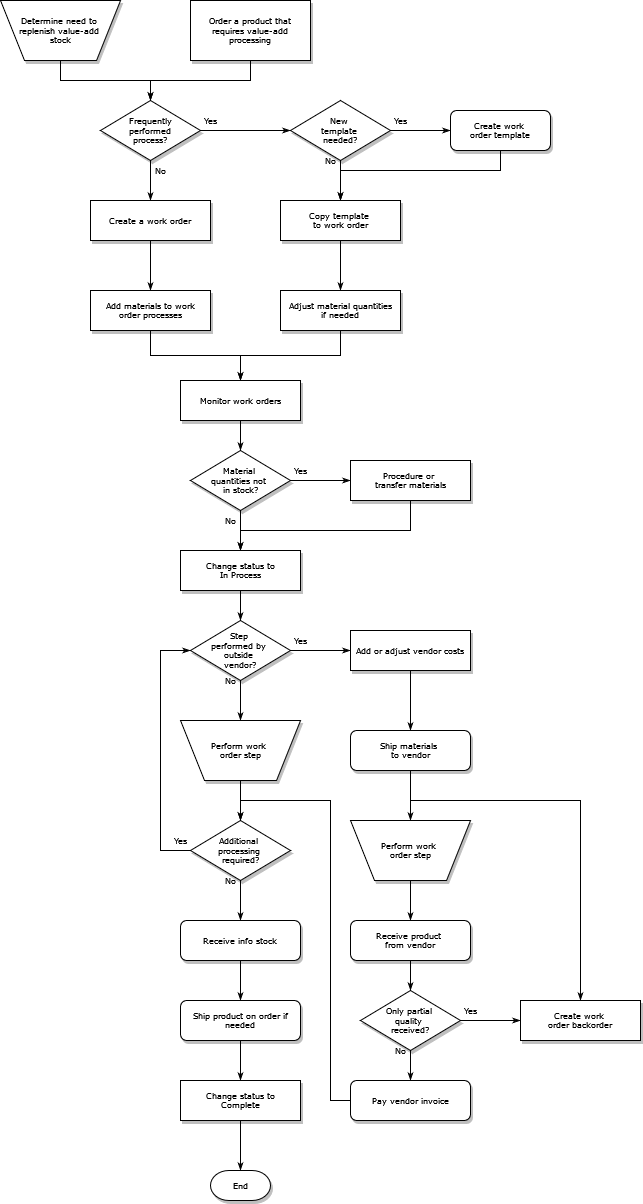
Before: userside flowchart.drawio.png, a diagram exported from draw.io (KCodin/draw.io). Source tidied: cells renumbered, new cells last; positions are measured from the earlier drawing's top-left corner, leaving out a move shared by most shapes.
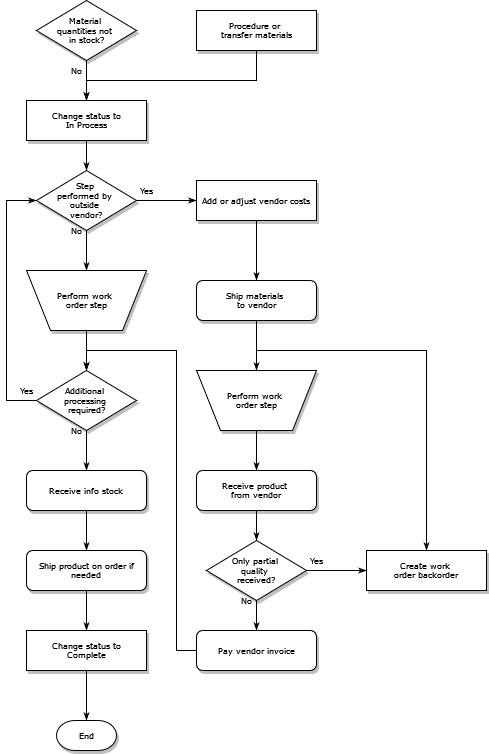
Later version of the same file.

Diff of the diagram source:
```diff
@@ -2,80 +2,6 @@
   <root>
     <mxCell id="0" />
     <mxCell id="1" parent="0" />
-    <mxCell id="2" style="edgeStyle=orthogonalEdgeStyle;rounded=0;html=1;labelBackgroundColor=none;startSize=5;endArrow=classicThin;endFill=1;endSize=5;jettySize=auto;strokeWidth=1;fontFamily=Verdana;fontSize=8;" parent="1" edge="1" source="3" target="8">
-      <mxGeometry relative="1" as="geometry" />
-    </mxCell>
-    <mxCell id="3" value="Determine need to&amp;nbsp;&lt;div&gt;replenish value-add&amp;nbsp;&lt;/div&gt;&lt;div&gt;stock&lt;/div&gt;" style="shape=trapezoid;whiteSpace=wrap;html=1;rounded=0;shadow=1;labelBackgroundColor=none;strokeWidth=1;fontFamily=Verdana;fontSize=8;align=center;flipV=1;" parent="1" vertex="1">
-      <mxGeometry width="120" height="60" as="geometry" />
-    </mxCell>
-    <mxCell id="4" style="edgeStyle=orthogonalEdgeStyle;rounded=0;html=1;labelBackgroundColor=none;startSize=5;endArrow=classicThin;endFill=1;endSize=5;jettySize=auto;strokeWidth=1;fontFamily=Verdana;fontSize=8;" parent="1" edge="1" source="5" target="8">
-      <mxGeometry relative="1" as="geometry" />
-    </mxCell>
-    <mxCell id="5" value="Order a product that&lt;div&gt;requires value-add processing&lt;/div&gt;" style="rounded=0;whiteSpace=wrap;html=1;shadow=1;labelBackgroundColor=none;strokeWidth=1;fontFamily=Verdana;fontSize=8;align=center;" parent="1" vertex="1">
-      <mxGeometry x="190" width="120" height="60" as="geometry" />
-    </mxCell>
-    <mxCell id="6" value="Yes" style="edgeStyle=orthogonalEdgeStyle;rounded=0;html=1;labelBackgroundColor=none;startSize=5;endArrow=classicThin;endFill=1;endSize=5;jettySize=auto;strokeWidth=1;fontFamily=Verdana;fontSize=8;" parent="1" edge="1" source="8" target="11">
-      <mxGeometry x="-0.78" y="10" relative="1" as="geometry" />
-    </mxCell>
-    <mxCell id="7" value="No" style="edgeStyle=orthogonalEdgeStyle;rounded=0;html=1;labelBackgroundColor=none;startSize=5;endArrow=classicThin;endFill=1;endSize=5;jettySize=auto;strokeWidth=1;fontFamily=Verdana;fontSize=8;" parent="1" edge="1" source="8" target="15">
-      <mxGeometry x="-0.5" y="10" relative="1" as="geometry" />
-    </mxCell>
-    <mxCell id="8" value="Frequently&lt;div&gt;performed&lt;/div&gt;&lt;div&gt;process?&lt;/div&gt;" style="rhombus;whiteSpace=wrap;html=1;rounded=0;shadow=1;labelBackgroundColor=none;strokeWidth=1;fontFamily=Verdana;fontSize=8;align=center;" parent="1" vertex="1">
-      <mxGeometry x="100" y="100" width="100" height="60" as="geometry" />
-    </mxCell>
-    <mxCell id="9" value="Yes" style="edgeStyle=orthogonalEdgeStyle;rounded=0;html=1;labelBackgroundColor=none;startSize=5;endArrow=classicThin;endFill=1;endSize=5;jettySize=auto;strokeWidth=1;fontFamily=Verdana;fontSize=8;" parent="1" edge="1" source="11" target="13">
-      <mxGeometry x="-0.67" y="10" relative="1" as="geometry" />
-    </mxCell>
-    <mxCell id="10" value="No" style="edgeStyle=orthogonalEdgeStyle;rounded=0;html=1;labelBackgroundColor=none;startSize=5;endArrow=classicThin;endFill=1;endSize=5;jettySize=auto;strokeWidth=1;fontFamily=Verdana;fontSize=8;" parent="1" edge="1" source="11" target="17">
-      <mxGeometry x="-1" y="-10" relative="1" as="geometry" />
-    </mxCell>
-    <mxCell id="11" value="New&amp;nbsp;&lt;div&gt;template&amp;nbsp;&lt;/div&gt;&lt;div&gt;needed?&lt;/div&gt;" style="rhombus;whiteSpace=wrap;html=1;rounded=0;shadow=1;labelBackgroundColor=none;strokeWidth=1;fontFamily=Verdana;fontSize=8;align=center;" parent="1" vertex="1">
-      <mxGeometry x="290" y="100" width="100" height="60" as="geometry" />
-    </mxCell>
-    <mxCell id="12" style="edgeStyle=orthogonalEdgeStyle;rounded=0;html=1;labelBackgroundColor=none;startSize=5;endArrow=classicThin;endFill=1;endSize=5;jettySize=auto;strokeWidth=1;fontFamily=Verdana;fontSize=8;" parent="1" edge="1" source="13" target="17">
-      <mxGeometry relative="1" as="geometry">
-        <Array as="points">
-          <mxPoint x="500" y="170" />
-          <mxPoint x="340" y="170" />
-        </Array>
-      </mxGeometry>
-    </mxCell>
-    <mxCell id="13" value="Create work&amp;nbsp;&lt;div&gt;order template&lt;/div&gt;" style="rounded=1;whiteSpace=wrap;html=1;shadow=1;labelBackgroundColor=none;strokeWidth=1;fontFamily=Verdana;fontSize=8;align=center;" parent="1" vertex="1">
-      <mxGeometry x="450" y="110" width="100" height="40" as="geometry" />
-    </mxCell>
-    <mxCell id="14" style="edgeStyle=orthogonalEdgeStyle;rounded=0;html=1;labelBackgroundColor=none;startSize=5;endArrow=classicThin;endFill=1;endSize=5;jettySize=auto;strokeWidth=1;fontFamily=Verdana;fontSize=8;" parent="1" edge="1" source="15" target="19">
-      <mxGeometry relative="1" as="geometry" />
-    </mxCell>
-    <mxCell id="15" value="Create a work order" style="whiteSpace=wrap;html=1;rounded=0;shadow=1;labelBackgroundColor=none;strokeWidth=1;fontFamily=Verdana;fontSize=8;align=center;" parent="1" vertex="1">
-      <mxGeometry x="90" y="200" width="120" height="40" as="geometry" />
-    </mxCell>
-    <mxCell id="16" style="edgeStyle=orthogonalEdgeStyle;rounded=0;html=1;labelBackgroundColor=none;startSize=5;endArrow=classicThin;endFill=1;endSize=5;jettySize=auto;strokeWidth=1;fontFamily=Verdana;fontSize=8;" parent="1" edge="1" source="17" target="21">
-      <mxGeometry relative="1" as="geometry" />
-    </mxCell>
-    <mxCell id="17" value="Copy template&amp;nbsp;&lt;div&gt;to work order&lt;/div&gt;" style="whiteSpace=wrap;html=1;rounded=0;shadow=1;labelBackgroundColor=none;strokeWidth=1;fontFamily=Verdana;fontSize=8;align=center;" parent="1" vertex="1">
-      <mxGeometry x="280" y="200" width="120" height="40" as="geometry" />
-    </mxCell>
-    <mxCell id="18" style="edgeStyle=orthogonalEdgeStyle;rounded=0;html=1;labelBackgroundColor=none;startSize=5;endArrow=classicThin;endFill=1;endSize=5;jettySize=auto;strokeWidth=1;fontFamily=Verdana;fontSize=8;" parent="1" edge="1" source="19" target="23">
-      <mxGeometry relative="1" as="geometry" />
-    </mxCell>
-    <mxCell id="19" value="Add materials to work order processes" style="whiteSpace=wrap;html=1;rounded=0;shadow=1;labelBackgroundColor=none;strokeWidth=1;fontFamily=Verdana;fontSize=8;align=center;spacing=6;" parent="1" vertex="1">
-      <mxGeometry x="90" y="290" width="120" height="40" as="geometry" />
-    </mxCell>
-    <mxCell id="20" style="edgeStyle=orthogonalEdgeStyle;rounded=0;html=1;labelBackgroundColor=none;startSize=5;endArrow=classicThin;endFill=1;endSize=5;jettySize=auto;strokeWidth=1;fontFamily=Verdana;fontSize=8;" parent="1" edge="1" source="21" target="23">
-      <mxGeometry relative="1" as="geometry" />
-    </mxCell>
-    <mxCell id="21" value="Adjust material quantities if needed" style="whiteSpace=wrap;html=1;rounded=0;shadow=1;labelBackgroundColor=none;strokeWidth=1;fontFamily=Verdana;fontSize=8;align=center;spacing=6;" parent="1" vertex="1">
-      <mxGeometry x="280" y="290" width="120" height="40" as="geometry" />
-    </mxCell>
-    <mxCell id="22" style="edgeStyle=orthogonalEdgeStyle;rounded=0;html=1;labelBackgroundColor=none;startSize=5;endArrow=classicThin;endFill=1;endSize=5;jettySize=auto;strokeWidth=1;fontFamily=Verdana;fontSize=8;" parent="1" edge="1" source="23" target="26">
-      <mxGeometry relative="1" as="geometry" />
-    </mxCell>
-    <mxCell id="23" value="Monitor work orders" style="whiteSpace=wrap;html=1;rounded=0;shadow=1;labelBackgroundColor=none;strokeWidth=1;fontFamily=Verdana;fontSize=8;align=center;" parent="1" vertex="1">
-      <mxGeometry x="180" y="380" width="120" height="40" as="geometry" />
-    </mxCell>
-    <mxCell id="24" value="Yes" style="edgeStyle=orthogonalEdgeStyle;rounded=0;html=1;labelBackgroundColor=none;startSize=5;endArrow=classicThin;endFill=1;endSize=5;jettySize=auto;strokeWidth=1;fontFamily=Verdana;fontSize=8;" parent="1" edge="1" source="26" target="28">
-      <mxGeometry x="-0.67" y="10" relative="1" as="geometry" />
-    </mxCell>
     <mxCell id="25" value="No" style="edgeStyle=orthogonalEdgeStyle;rounded=0;html=1;labelBackgroundColor=none;startSize=5;endArrow=classicThin;endFill=1;endSize=5;jettySize=auto;strokeWidth=1;fontFamily=Verdana;fontSize=8;" parent="1" edge="1" source="26" target="30">
       <mxGeometry x="-0.5" y="-10" relative="1" as="geometry" />
     </mxCell>
```
